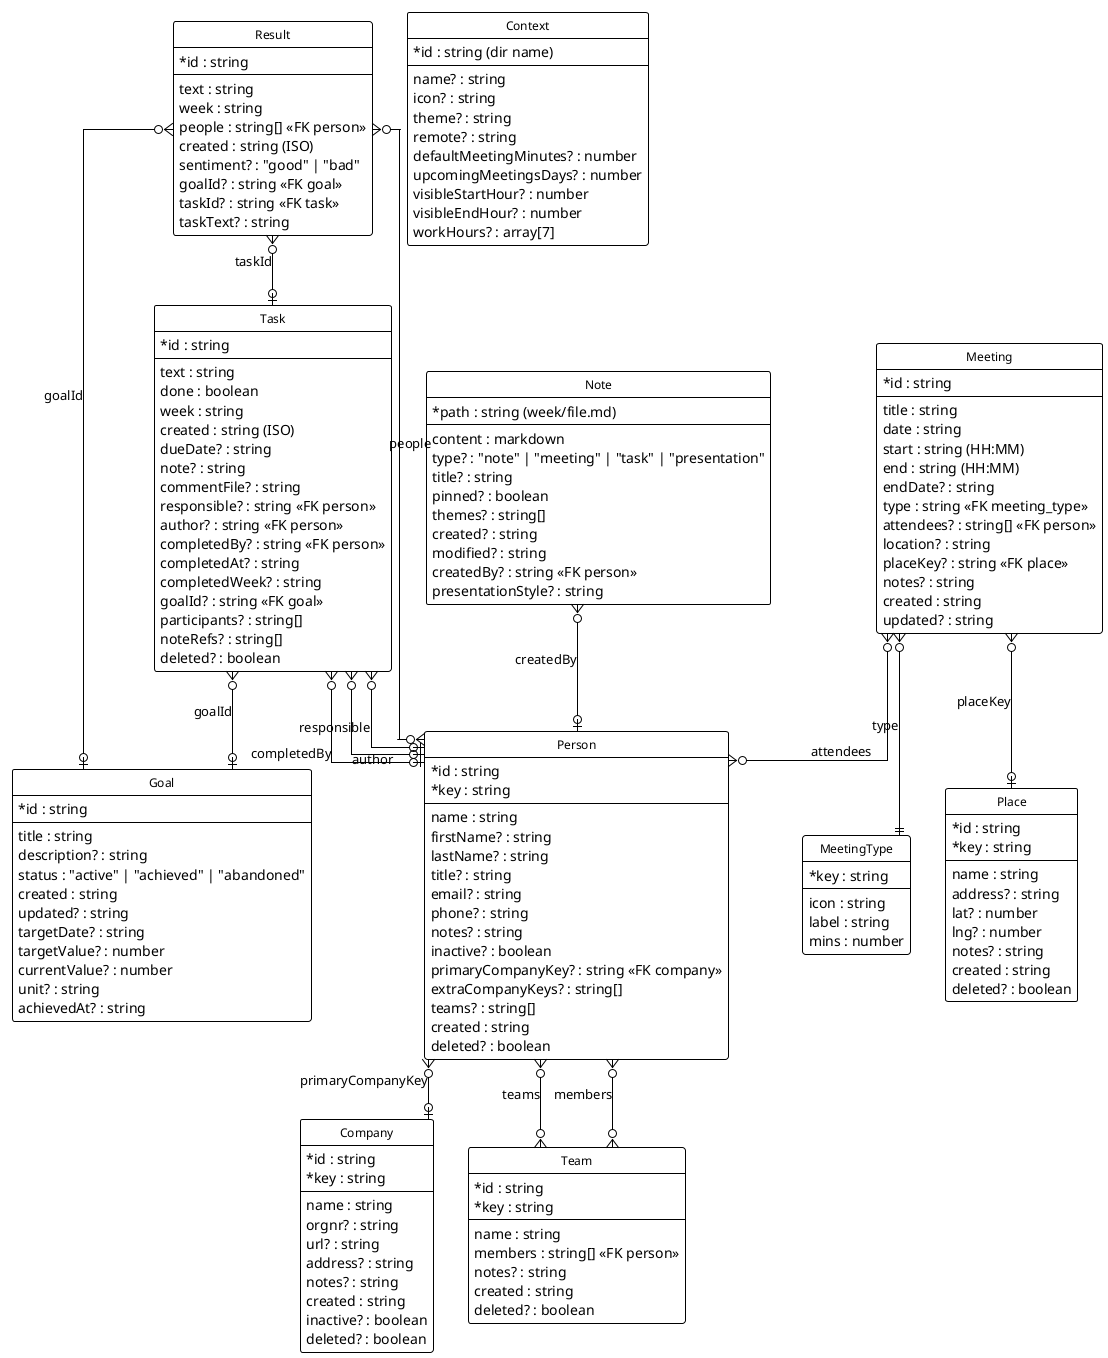
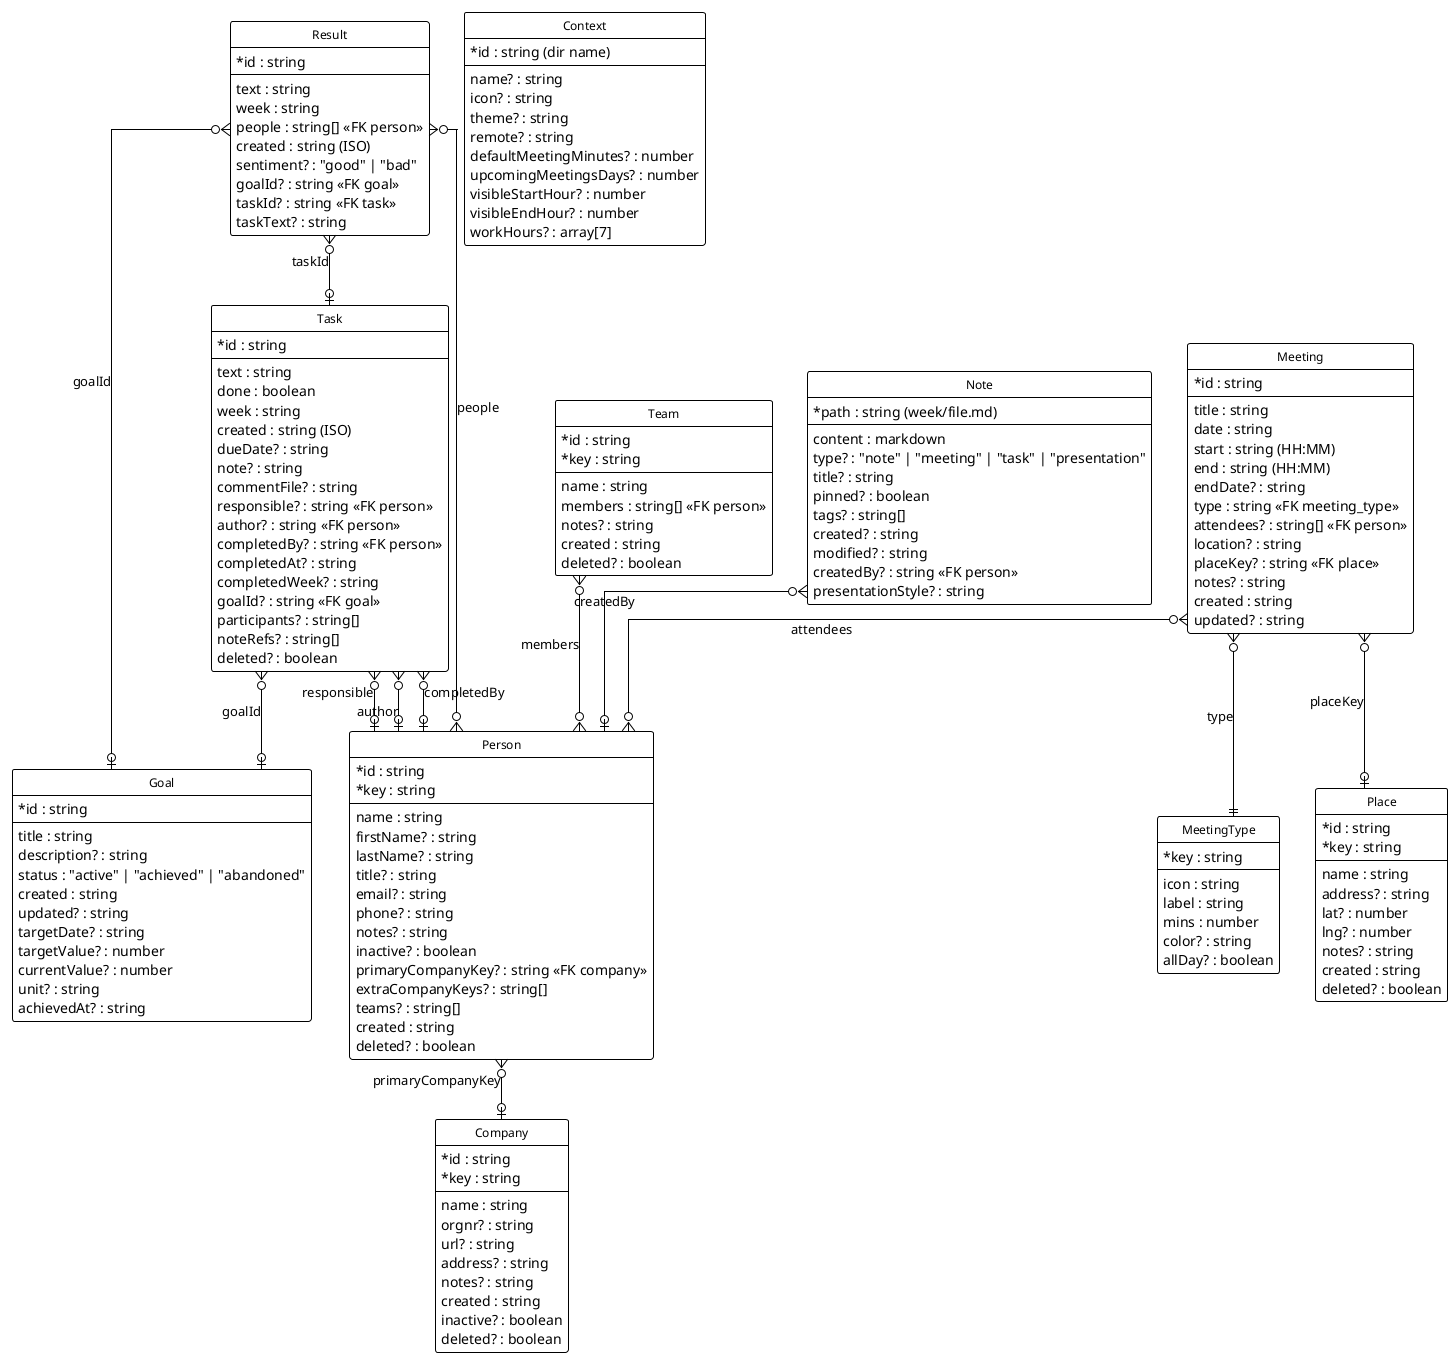
@startuml
!theme plain
skinparam linetype ortho
skinparam classAttributeIconSize 0
skinparam classFontSize 12
skinparam classFontName "JetBrains Mono"
hide circle

entity "Task" as task {
  * id : string
  --
  text : string
  done : boolean
  week : string
  created : string (ISO)
  dueDate? : string
  note? : string
  commentFile? : string
  responsible? : string <<FK person>>
  author? : string <<FK person>>
  completedBy? : string <<FK person>>
  completedAt? : string
  completedWeek? : string
  goalId? : string <<FK goal>>
  participants? : string[]
  noteRefs? : string[]
  deleted? : boolean
}

entity "Result" as result {
  * id : string
  --
  text : string
  week : string
  people : string[] <<FK person>>
  created : string (ISO)
  sentiment? : "good" | "bad"
  goalId? : string <<FK goal>>
  taskId? : string <<FK task>>
  taskText? : string
}

entity "Person" as person {
  * id : string
  * key : string
  --
  name : string
  firstName? : string
  lastName? : string
  title? : string
  email? : string
  phone? : string
  notes? : string
  inactive? : boolean
  primaryCompanyKey? : string <<FK company>>
  extraCompanyKeys? : string[]
  teams? : string[]
  created : string
  deleted? : boolean
}

entity "Company" as company {
  * id : string
  * key : string
  --
  name : string
  orgnr? : string
  url? : string
  address? : string
  notes? : string
  created : string
  inactive? : boolean
  deleted? : boolean
}

entity "Meeting" as meeting {
  * id : string
  --
  title : string
  date : string
  start : string (HH:MM)
  end : string (HH:MM)
  endDate? : string
  type : string <<FK meeting_type>>
  attendees? : string[] <<FK person>>
  location? : string
  placeKey? : string <<FK place>>
  notes? : string
  created : string
  updated? : string
}

entity "MeetingType" as meeting_type {
  * key : string
  --
  icon : string
  label : string
  mins : number
+   color? : string
+   allDay? : boolean
}

entity "Goal" as goal {
  * id : string
  --
  title : string
  description? : string
  status : "active" | "achieved" | "abandoned"
  created : string
  updated? : string
  targetDate? : string
  targetValue? : number
  currentValue? : number
  unit? : string
  achievedAt? : string
}

entity "Place" as place {
  * id : string
  * key : string
  --
  name : string
  address? : string
  lat? : number
  lng? : number
  notes? : string
  created : string
  deleted? : boolean
}

entity "Team" as team {
  * id : string
  * key : string
  --
  name : string
  members : string[] <<FK person>>
  notes? : string
  created : string
  deleted? : boolean
}

entity "Note" as note {
  * path : string (week/file.md)
  --
  content : markdown
  type? : "note" | "meeting" | "task" | "presentation"
  title? : string
  pinned? : boolean
-   themes? : string[]
+   tags? : string[]
  created? : string
  modified? : string
  createdBy? : string <<FK person>>
  presentationStyle? : string
}

entity "Context" as context {
  * id : string (dir name)
  --
  name? : string
  icon? : string
  theme? : string
  remote? : string
  defaultMeetingMinutes? : number
  upcomingMeetingsDays? : number
  visibleStartHour? : number
  visibleEndHour? : number
  workHours? : array[7]
}

' --- Relationships ---
task }o--o| goal : goalId
task }o--o| person : responsible
task }o--o| person : author
task }o--o| person : completedBy

result }o--o| goal : goalId
result }o--o| task : taskId
result }o--o{ person : people

meeting }o--|| meeting_type : type
meeting }o--o| place : placeKey
meeting }o--o{ person : attendees

person }o--o| company : primaryCompanyKey
- person }o--o{ team : teams

team }o--o{ person : members

note }o--o| person : createdBy

@enduml
